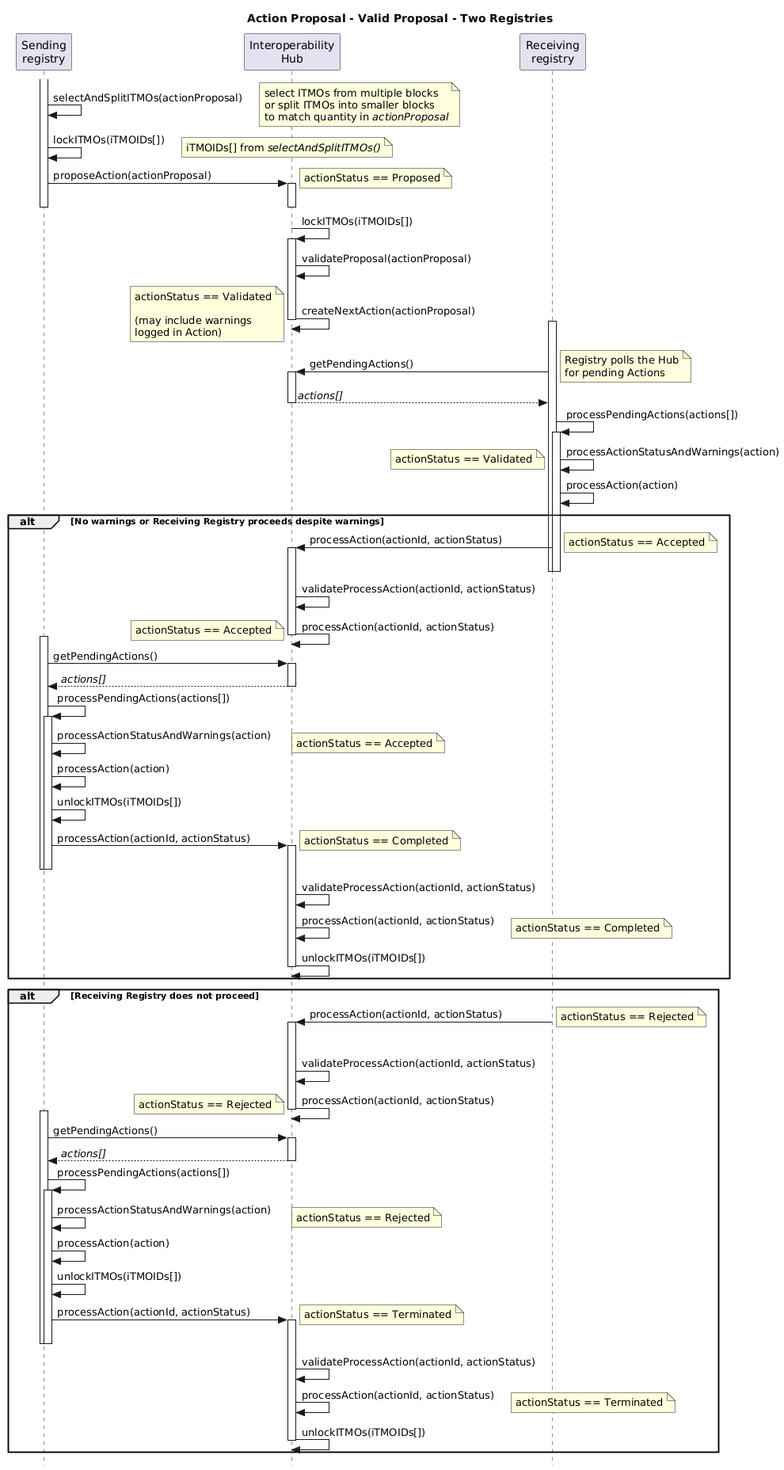
This is diagrams/actionProposal_Valid_TwoReg_Sequence.png from frankcnng/CARP, a PlantUML export, as it was before one commit.
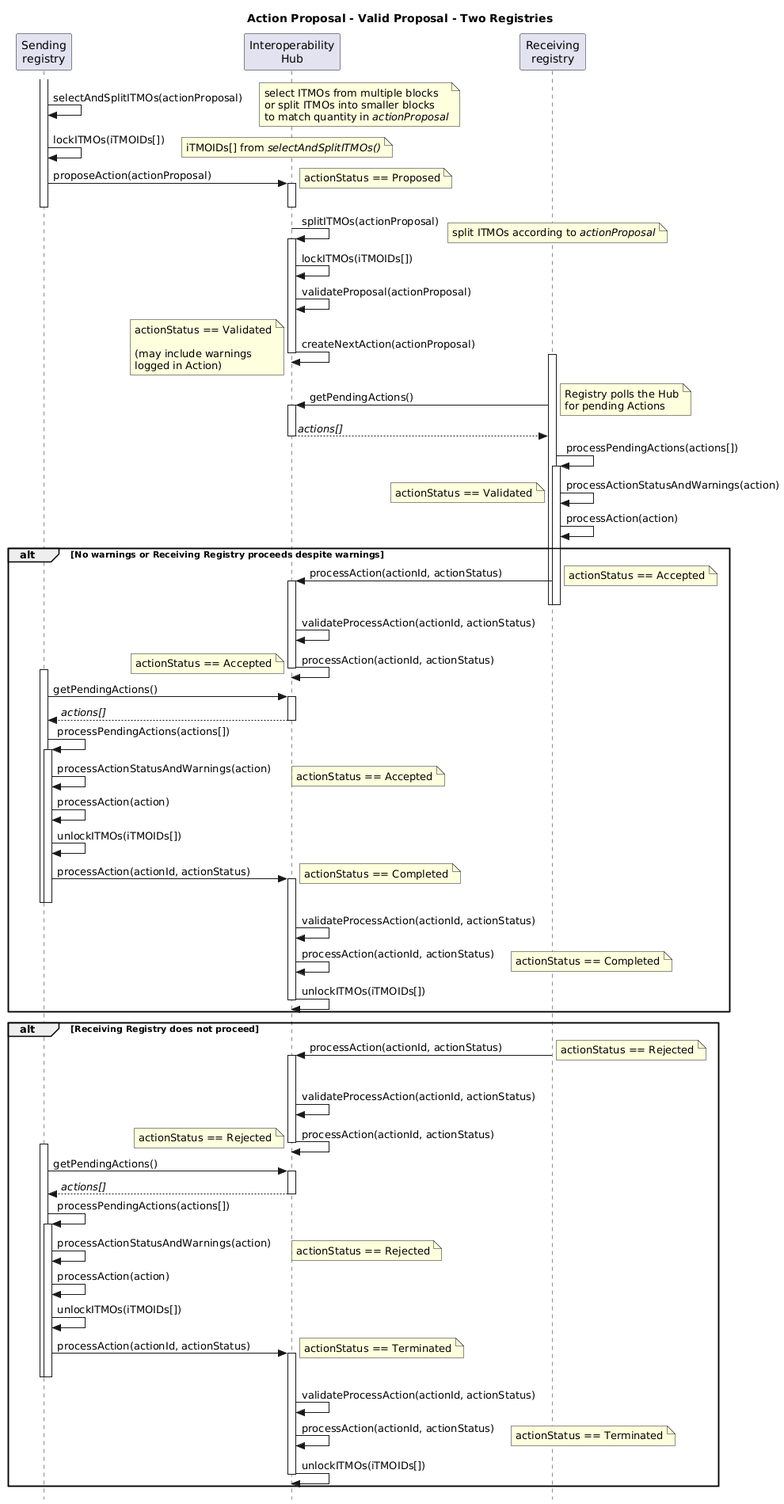
The same diagram one commit later.

What changed in the source:
```diff
@@ -20,7 +20,9 @@
 deactivate Sender
 deactivate Hub
 
-Hub -> Hub++: lockITMOs(iTMOIDs[])
+Hub -> Hub++: splitITMOs(actionProposal)
+note right: split ITMOs according to //actionProposal//
+Hub -> Hub: lockITMOs(iTMOIDs[])
 Hub -> Hub: validateProposal(actionProposal)
 Hub -> Hub--: createNextAction(actionProposal)
 note left: actionStatus == Validated\n\n(may include warnings\nlogged in Action)
```
